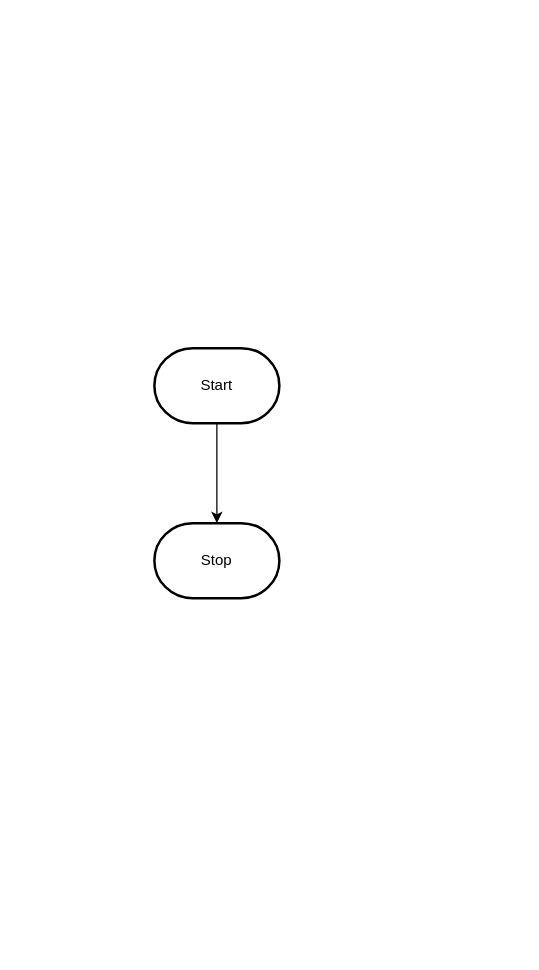
Before: design/flowchart.drawio in MTHS-ICD2O-1-2023/ICD2O-Assignment-05-George-Khalil-29, a draw.io diagram. Source tidied: cells renumbered, new cells numbered last; positions are measured from the earlier drawing's top-left corner, leaving out a move shared by most shapes. Both pictures are drawn from the tidied source at 125%, with x=0, y=0 at pixel (154, 348).
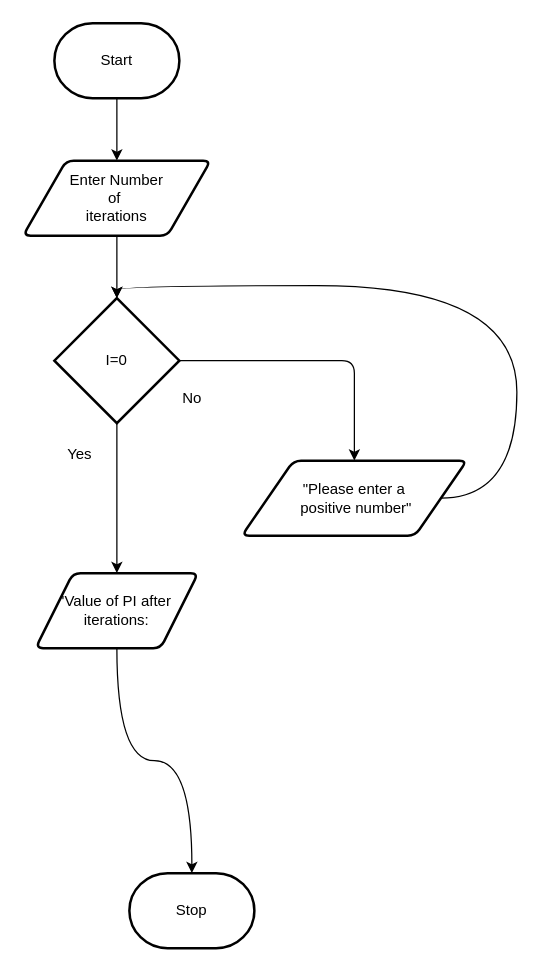
After the change.

Change to the diagram source:
```diff
@@
 <mxGraphModel>
   <root>
     <mxCell id="0" />
     <mxCell id="1" parent="0" />
-    <mxCell id="2" style="edgeStyle=orthogonalEdgeStyle;html=1;rounded=0;" parent="1" edge="1" source="3" target="4">
-      <mxGeometry relative="1" as="geometry" />
-    </mxCell>
+    <mxCell id="5" style="edgeStyle=none;html=1;" parent="1" edge="1" source="3" target="7">
+      <mxGeometry relative="1" as="geometry" />
+    </mxCell>
     <mxCell id="3" value="Start" style="strokeWidth=2;html=1;shape=mxgraph.flowchart.terminator;whiteSpace=wrap;" parent="1" vertex="1">
-      <mxGeometry width="100" height="60" as="geometry" />
+      <mxGeometry x="-80" y="-260" width="100" height="60" as="geometry" />
     </mxCell>
     <mxCell id="4" value="Stop" style="strokeWidth=2;html=1;shape=mxgraph.flowchart.terminator;whiteSpace=wrap;" parent="1" vertex="1">
-      <mxGeometry y="140" width="100" height="60" as="geometry" />
+      <mxGeometry x="-20" y="420" width="100" height="60" as="geometry" />
     </mxCell>
+    <mxCell id="6" style="edgeStyle=none;html=1;" parent="1" edge="1" source="7" target="10">
+      <mxGeometry relative="1" as="geometry" />
+    </mxCell>
+    <mxCell id="7" value="Enter Number&lt;br&gt;of&amp;nbsp;&lt;br&gt;iterations" style="shape=parallelogram;html=1;strokeWidth=2;perimeter=parallelogramPerimeter;whiteSpace=wrap;rounded=1;arcSize=12;size=0.23;" parent="1" vertex="1">
+      <mxGeometry x="-105" y="-150" width="150" height="60" as="geometry" />
+    </mxCell>
+    <mxCell id="8" style="edgeStyle=none;html=1;entryX=0.5;entryY=0;entryDx=0;entryDy=0;" parent="1" edge="1" source="10" target="14">
+      <mxGeometry relative="1" as="geometry">
+        <Array as="points">
+          <mxPoint x="160" y="10" />
+        </Array>
+      </mxGeometry>
+    </mxCell>
+    <mxCell id="9" style="edgeStyle=none;html=1;entryX=0.5;entryY=0;entryDx=0;entryDy=0;" parent="1" edge="1" source="10" target="16">
+      <mxGeometry relative="1" as="geometry" />
+    </mxCell>
+    <mxCell id="10" value="I=0" style="strokeWidth=2;html=1;shape=mxgraph.flowchart.decision;whiteSpace=wrap;" parent="1" vertex="1">
+      <mxGeometry x="-80" y="-40" width="100" height="100" as="geometry" />
+    </mxCell>
+    <mxCell id="11" value="No&lt;br&gt;" style="text;html=1;align=center;verticalAlign=middle;strokeColor=none;fillColor=none;" parent="1" vertex="1">
+      <mxGeometry x="10" y="25" width="40" height="30" as="geometry" />
+    </mxCell>
+    <mxCell id="12" value="Yes" style="text;html=1;align=center;verticalAlign=middle;strokeColor=none;fillColor=none;" parent="1" vertex="1">
+      <mxGeometry x="-80" y="70" width="40" height="30" as="geometry" />
+    </mxCell>
+    <mxCell id="13" style="edgeStyle=orthogonalEdgeStyle;html=1;entryX=0.5;entryY=0;entryDx=0;entryDy=0;entryPerimeter=0;curved=1;" parent="1" edge="1" source="14" target="10">
+      <mxGeometry relative="1" as="geometry">
+        <Array as="points">
+          <mxPoint x="290" y="120" />
+          <mxPoint x="290" y="-50" />
+          <mxPoint x="-30" y="-50" />
+        </Array>
+      </mxGeometry>
+    </mxCell>
+    <mxCell id="14" value="&quot;Please enter a&lt;br&gt;&amp;nbsp;positive number&quot;" style="shape=parallelogram;html=1;strokeWidth=2;perimeter=parallelogramPerimeter;whiteSpace=wrap;rounded=1;arcSize=12;size=0.23;" parent="1" vertex="1">
+      <mxGeometry x="70" y="90" width="180" height="60" as="geometry" />
+    </mxCell>
+    <mxCell id="15" style="edgeStyle=orthogonalEdgeStyle;curved=1;html=1;" parent="1" edge="1" source="16" target="4">
+      <mxGeometry relative="1" as="geometry" />
+    </mxCell>
+    <mxCell id="16" value="'Value of PI after iterations:" style="shape=parallelogram;html=1;strokeWidth=2;perimeter=parallelogramPerimeter;whiteSpace=wrap;rounded=1;arcSize=12;size=0.23;" parent="1" vertex="1">
+      <mxGeometry x="-95" y="180" width="130" height="60" as="geometry" />
+    </mxCell>
   </root>
 </mxGraphModel>
```
